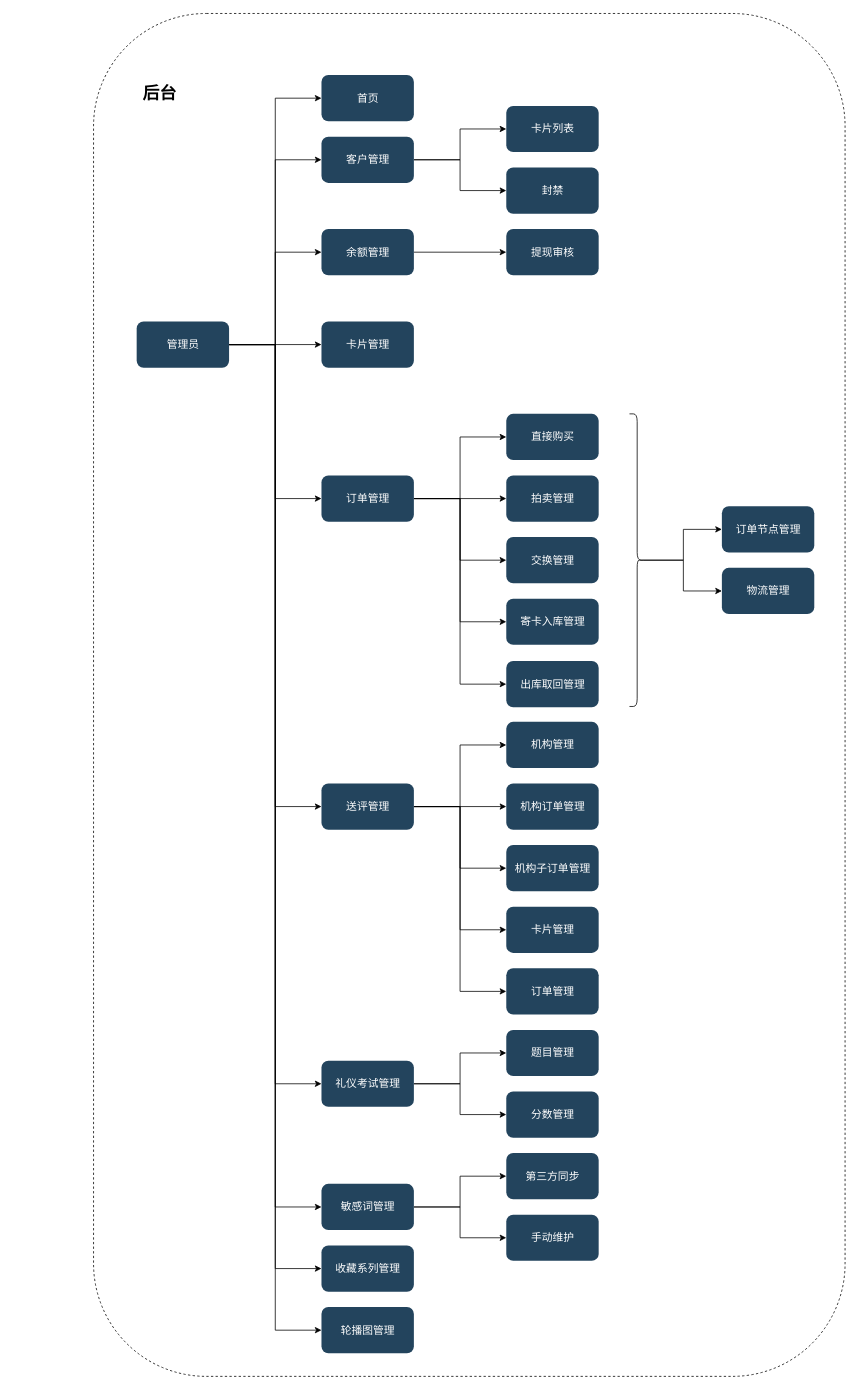
This is page "后台-Admin" (2 of 2) of Card+.drawio from xiaoming728/draw, a draw.io file, before an edit. Source tidied: cells renumbered, new cells numbered last; positions are measured from the earlier drawing's top-left corner, leaving out a move shared by most shapes. Both pictures are drawn from the tidied source at 77%, with x=0, y=0 at pixel (93, 13).
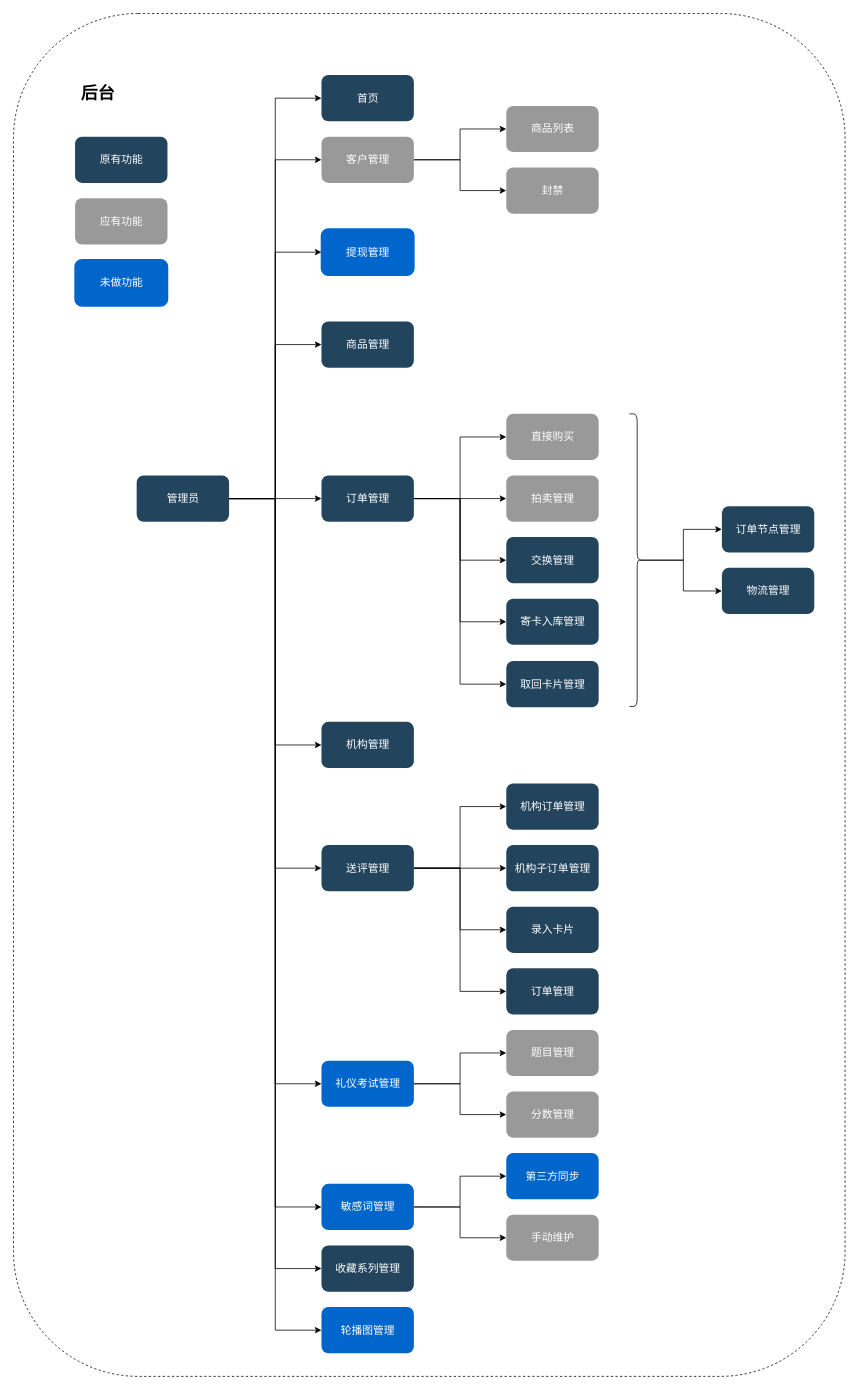
Above is the later version.

Change to the diagram source:
```diff
@@
     <mxCell id="2" style="rounded=1;whiteSpace=wrap;html=1;dashed=1;fillColor=none;" parent="1" vertex="1">
-      <mxGeometry width="976" height="1770" as="geometry" />
+      <mxGeometry x="-104" width="1080" height="1770" as="geometry" />
     </mxCell>
@@
+    <mxCell id="64" style="edgeStyle=orthogonalEdgeStyle;rounded=0;jettySize=auto;html=1;exitX=1;exitY=0.5;exitDx=0;exitDy=0;entryX=0;entryY=0.5;entryDx=0;entryDy=0;" parent="1" edge="1" source="13" target="43">
+      <mxGeometry relative="1" as="geometry" />
+    </mxCell>
     <mxCell id="13" value="&lt;font color=&quot;#ffffff&quot;&gt;&lt;span style=&quot;font-size: 14px;&quot;&gt;管理员&lt;/span&gt;&lt;/font&gt;" style="rounded=1;fillColor=#23445D;strokeColor=none;strokeWidth=2;fontFamily=Helvetica;html=1;gradientColor=none;" parent="1" vertex="1">
-      <mxGeometry x="56" y="400" width="120" height="60" as="geometry" />
+      <mxGeometry x="56" y="600" width="120" height="60" as="geometry" />
     </mxCell>
@@
-    <mxCell id="17" value="&lt;font color=&quot;#ffffff&quot;&gt;&lt;span style=&quot;font-size: 14px;&quot;&gt;客户管理&lt;/span&gt;&lt;/font&gt;" style="rounded=1;fillColor=#23445D;strokeColor=none;strokeWidth=2;fontFamily=Helvetica;html=1;gradientColor=none;" parent="1" vertex="1">
+    <mxCell id="17" value="&lt;font color=&quot;#ffffff&quot;&gt;&lt;span style=&quot;font-size: 14px;&quot;&gt;客户管理&lt;/span&gt;&lt;/font&gt;" style="rounded=1;fillColor=#999999;strokeColor=none;strokeWidth=2;fontFamily=Helvetica;html=1;gradientColor=none;" parent="1" vertex="1">
       <mxGeometry x="296" y="160" width="120" height="60" as="geometry" />
     </mxCell>
@@
-    <mxCell id="24" value="&lt;font color=&quot;#ffffff&quot;&gt;&lt;span style=&quot;font-size: 14px;&quot;&gt;直接购买&lt;/span&gt;&lt;/font&gt;" style="rounded=1;fillColor=#23445D;strokeColor=none;strokeWidth=2;fontFamily=Helvetica;html=1;gradientColor=none;" parent="1" vertex="1">
+    <mxCell id="24" value="&lt;font color=&quot;#ffffff&quot;&gt;&lt;span style=&quot;font-size: 14px;&quot;&gt;直接购买&lt;/span&gt;&lt;/font&gt;" style="rounded=1;fillColor=#999999;strokeColor=none;strokeWidth=2;fontFamily=Helvetica;html=1;gradientColor=none;" parent="1" vertex="1">
       <mxGeometry x="536" y="520" width="120" height="60" as="geometry" />
     </mxCell>
-    <mxCell id="25" value="&lt;font color=&quot;#ffffff&quot;&gt;&lt;span style=&quot;font-size: 14px;&quot;&gt;拍卖管理&lt;/span&gt;&lt;/font&gt;" style="rounded=1;fillColor=#23445D;strokeColor=none;strokeWidth=2;fontFamily=Helvetica;html=1;gradientColor=none;" parent="1" vertex="1">
+    <mxCell id="25" value="&lt;font color=&quot;#ffffff&quot;&gt;&lt;span style=&quot;font-size: 14px;&quot;&gt;拍卖管理&lt;/span&gt;&lt;/font&gt;" style="rounded=1;fillColor=#999999;strokeColor=none;strokeWidth=2;fontFamily=Helvetica;html=1;gradientColor=none;" parent="1" vertex="1">
       <mxGeometry x="536" y="600" width="120" height="60" as="geometry" />
     </mxCell>
@@
     <mxCell id="27" value="后台" style="text;html=1;align=center;verticalAlign=middle;whiteSpace=wrap;rounded=0;fontSize=22;fontStyle=1;" parent="1" vertex="1">
-      <mxGeometry x="56" y="90" width="60" height="30" as="geometry" />
+      <mxGeometry x="-24" y="90" width="60" height="30" as="geometry" />
     </mxCell>
@@
-    <mxCell id="29" style="edgeStyle=orthogonalEdgeStyle;rounded=0;jettySize=auto;html=1;exitX=1;exitY=0.5;exitDx=0;exitDy=0;" parent="1" edge="1" source="30" target="31">
-      <mxGeometry relative="1" as="geometry" />
-    </mxCell>
-    <mxCell id="30" value="&lt;font color=&quot;#ffffff&quot;&gt;&lt;span style=&quot;font-size: 14px;&quot;&gt;余额管理&lt;/span&gt;&lt;/font&gt;" style="rounded=1;fillColor=#23445D;strokeColor=none;strokeWidth=2;fontFamily=Helvetica;html=1;gradientColor=none;" parent="1" vertex="1">
+    <mxCell id="30" value="&lt;font color=&quot;#ffffff&quot;&gt;&lt;span style=&quot;font-size: 14px;&quot;&gt;提现管理&lt;/span&gt;&lt;/font&gt;" style="rounded=1;fillColor=#0066CC;strokeColor=#0066CC;strokeWidth=2;fontFamily=Helvetica;html=1;" parent="1" vertex="1">
       <mxGeometry x="296" y="280" width="120" height="60" as="geometry" />
     </mxCell>
-    <mxCell id="31" value="&lt;font color=&quot;#ffffff&quot;&gt;&lt;span style=&quot;font-size: 14px;&quot;&gt;提现审核&lt;/span&gt;&lt;/font&gt;" style="rounded=1;fillColor=#23445D;strokeColor=none;strokeWidth=2;fontFamily=Helvetica;html=1;gradientColor=none;" parent="1" vertex="1">
-      <mxGeometry x="536" y="280" width="120" height="60" as="geometry" />
-    </mxCell>
-    <mxCell id="32" value="&lt;font color=&quot;#ffffff&quot;&gt;&lt;span style=&quot;font-size: 14px;&quot;&gt;卡片管理&lt;/span&gt;&lt;/font&gt;" style="rounded=1;fillColor=#23445D;strokeColor=none;strokeWidth=2;fontFamily=Helvetica;html=1;gradientColor=none;" parent="1" vertex="1">
+    <mxCell id="32" value="&lt;font color=&quot;#ffffff&quot;&gt;&lt;span style=&quot;font-size: 14px;&quot;&gt;商品管理&lt;/span&gt;&lt;/font&gt;" style="rounded=1;fillColor=#23445D;strokeColor=none;strokeWidth=2;fontFamily=Helvetica;html=1;gradientColor=none;" parent="1" vertex="1">
       <mxGeometry x="296" y="400" width="120" height="60" as="geometry" />
     </mxCell>
-    <mxCell id="33" value="&lt;font color=&quot;#ffffff&quot;&gt;&lt;span style=&quot;font-size: 14px;&quot;&gt;卡片列表&lt;/span&gt;&lt;/font&gt;" style="rounded=1;fillColor=#23445D;strokeColor=none;strokeWidth=2;fontFamily=Helvetica;html=1;gradientColor=none;" parent="1" vertex="1">
+    <mxCell id="33" value="&lt;span style=&quot;color: rgb(255, 255, 255); font-size: 14px;&quot;&gt;商品&lt;/span&gt;&lt;font color=&quot;#ffffff&quot;&gt;&lt;span style=&quot;font-size: 14px;&quot;&gt;列表&lt;/span&gt;&lt;/font&gt;" style="rounded=1;fillColor=#999999;strokeColor=none;strokeWidth=2;fontFamily=Helvetica;html=1;gradientColor=none;" parent="1" vertex="1">
       <mxGeometry x="536" y="120" width="120" height="60" as="geometry" />
     </mxCell>
-    <mxCell id="34" value="&lt;font color=&quot;#ffffff&quot;&gt;&lt;span style=&quot;font-size: 14px;&quot;&gt;封禁&lt;/span&gt;&lt;/font&gt;" style="rounded=1;fillColor=#23445D;strokeColor=none;strokeWidth=2;fontFamily=Helvetica;html=1;gradientColor=none;" parent="1" vertex="1">
+    <mxCell id="34" value="&lt;font color=&quot;#ffffff&quot;&gt;&lt;span style=&quot;font-size: 14px;&quot;&gt;封禁&lt;/span&gt;&lt;/font&gt;" style="rounded=1;fillColor=#999999;strokeColor=none;strokeWidth=2;fontFamily=Helvetica;html=1;gradientColor=none;" parent="1" vertex="1">
       <mxGeometry x="536" y="200" width="120" height="60" as="geometry" />
     </mxCell>
-    <mxCell id="35" value="&lt;font color=&quot;#ffffff&quot;&gt;&lt;span style=&quot;font-size: 14px;&quot;&gt;出库取回管理&lt;/span&gt;&lt;/font&gt;" style="rounded=1;fillColor=#23445D;strokeColor=none;strokeWidth=2;fontFamily=Helvetica;html=1;gradientColor=none;" parent="1" vertex="1">
+    <mxCell id="35" value="&lt;font color=&quot;#ffffff&quot;&gt;&lt;span style=&quot;font-size: 14px;&quot;&gt;取回卡片管理&lt;/span&gt;&lt;/font&gt;" style="rounded=1;fillColor=#23445D;strokeColor=none;strokeWidth=2;fontFamily=Helvetica;html=1;gradientColor=none;" parent="1" vertex="1">
       <mxGeometry x="536" y="841" width="120" height="60" as="geometry" />
     </mxCell>
@@
-    <mxCell id="37" style="edgeStyle=orthogonalEdgeStyle;rounded=0;jettySize=auto;html=1;exitX=1;exitY=0.5;exitDx=0;exitDy=0;entryX=0;entryY=0.5;entryDx=0;entryDy=0;" parent="1" edge="1" source="42" target="43">
-      <mxGeometry relative="1" as="geometry" />
-    </mxCell>
@@
     <mxCell id="42" value="&lt;font color=&quot;#ffffff&quot; style=&quot;font-size: 14px;&quot;&gt;送评管理&lt;/font&gt;" style="rounded=1;fillColor=#23445D;strokeColor=none;strokeWidth=2;fontFamily=Helvetica;html=1;gradientColor=none;" parent="1" vertex="1">
-      <mxGeometry x="296" y="1000" width="120" height="60" as="geometry" />
+      <mxGeometry x="296" y="1080" width="120" height="60" as="geometry" />
     </mxCell>
     <mxCell id="43" value="&lt;font color=&quot;#ffffff&quot;&gt;&lt;span style=&quot;font-size: 14px;&quot;&gt;机构管理&lt;/span&gt;&lt;/font&gt;" style="rounded=1;fillColor=#23445D;strokeColor=none;strokeWidth=2;fontFamily=Helvetica;html=1;gradientColor=none;" parent="1" vertex="1">
-      <mxGeometry x="536" y="920" width="120" height="60" as="geometry" />
+      <mxGeometry x="296" y="920" width="120" height="60" as="geometry" />
     </mxCell>
@@
-    <mxCell id="46" value="&lt;font color=&quot;#ffffff&quot;&gt;&lt;span style=&quot;font-size: 14px;&quot;&gt;卡片管理&lt;/span&gt;&lt;/font&gt;" style="rounded=1;fillColor=#23445D;strokeColor=none;strokeWidth=2;fontFamily=Helvetica;html=1;gradientColor=none;" parent="1" vertex="1">
+    <mxCell id="46" value="&lt;font color=&quot;#ffffff&quot;&gt;&lt;span style=&quot;font-size: 14px;&quot;&gt;录入卡片&lt;/span&gt;&lt;/font&gt;" style="rounded=1;fillColor=#23445D;strokeColor=none;strokeWidth=2;fontFamily=Helvetica;html=1;gradientColor=none;" parent="1" vertex="1">
       <mxGeometry x="536" y="1160" width="120" height="60" as="geometry" />
     </mxCell>
@@
-    <mxCell id="50" value="&lt;font color=&quot;#ffffff&quot; style=&quot;font-size: 14px;&quot;&gt;礼仪考试管理&lt;/font&gt;" style="rounded=1;fillColor=#23445D;strokeColor=none;strokeWidth=2;fontFamily=Helvetica;html=1;gradientColor=none;" parent="1" vertex="1">
+    <mxCell id="50" value="&lt;font color=&quot;#ffffff&quot; style=&quot;font-size: 14px;&quot;&gt;礼仪考试管理&lt;/font&gt;" style="rounded=1;fillColor=#0066CC;strokeColor=none;strokeWidth=2;fontFamily=Helvetica;html=1;gradientColor=none;" parent="1" vertex="1">
       <mxGeometry x="296" y="1360" width="120" height="60" as="geometry" />
     </mxCell>
-    <mxCell id="51" value="&lt;font color=&quot;#ffffff&quot; style=&quot;font-size: 14px;&quot;&gt;题目管理&lt;/font&gt;" style="rounded=1;fillColor=#23445D;strokeColor=none;strokeWidth=2;fontFamily=Helvetica;html=1;gradientColor=none;" parent="1" vertex="1">
+    <mxCell id="51" value="&lt;font color=&quot;#ffffff&quot; style=&quot;font-size: 14px;&quot;&gt;题目管理&lt;/font&gt;" style="rounded=1;fillColor=#999999;strokeColor=none;strokeWidth=2;fontFamily=Helvetica;html=1;gradientColor=none;" parent="1" vertex="1">
       <mxGeometry x="536" y="1320" width="120" height="60" as="geometry" />
     </mxCell>
-    <mxCell id="52" value="&lt;font color=&quot;#ffffff&quot; style=&quot;font-size: 14px;&quot;&gt;分数管理&lt;/font&gt;" style="rounded=1;fillColor=#23445D;strokeColor=none;strokeWidth=2;fontFamily=Helvetica;html=1;gradientColor=none;" parent="1" vertex="1">
+    <mxCell id="52" value="&lt;font color=&quot;#ffffff&quot; style=&quot;font-size: 14px;&quot;&gt;分数管理&lt;/font&gt;" style="rounded=1;fillColor=#999999;strokeColor=none;strokeWidth=2;fontFamily=Helvetica;html=1;gradientColor=none;" parent="1" vertex="1">
       <mxGeometry x="536" y="1400" width="120" height="60" as="geometry" />
     </mxCell>
@@
-    <mxCell id="55" value="&lt;font color=&quot;#ffffff&quot; style=&quot;font-size: 14px;&quot;&gt;敏感词管理&lt;/font&gt;" style="rounded=1;fillColor=#23445D;strokeColor=none;strokeWidth=2;fontFamily=Helvetica;html=1;gradientColor=none;" parent="1" vertex="1">
+    <mxCell id="55" value="&lt;font color=&quot;#ffffff&quot; style=&quot;font-size: 14px;&quot;&gt;敏感词管理&lt;/font&gt;" style="rounded=1;fillColor=#0066CC;strokeColor=none;strokeWidth=2;fontFamily=Helvetica;html=1;gradientColor=none;" parent="1" vertex="1">
       <mxGeometry x="296" y="1520" width="120" height="60" as="geometry" />
     </mxCell>
-    <mxCell id="56" value="&lt;font color=&quot;#ffffff&quot; style=&quot;font-size: 14px;&quot;&gt;第三方同步&lt;/font&gt;" style="rounded=1;fillColor=#23445D;strokeColor=none;strokeWidth=2;fontFamily=Helvetica;html=1;gradientColor=none;" parent="1" vertex="1">
+    <mxCell id="56" value="&lt;font color=&quot;#ffffff&quot; style=&quot;font-size: 14px;&quot;&gt;第三方同步&lt;/font&gt;" style="rounded=1;fillColor=#0066CC;strokeColor=none;strokeWidth=2;fontFamily=Helvetica;html=1;gradientColor=none;" parent="1" vertex="1">
       <mxGeometry x="536" y="1480" width="120" height="60" as="geometry" />
     </mxCell>
-    <mxCell id="57" value="&lt;font color=&quot;#ffffff&quot; style=&quot;font-size: 14px;&quot;&gt;手动维护&lt;/font&gt;" style="rounded=1;fillColor=#23445D;strokeColor=none;strokeWidth=2;fontFamily=Helvetica;html=1;gradientColor=none;" parent="1" vertex="1">
+    <mxCell id="57" value="&lt;font color=&quot;#ffffff&quot; style=&quot;font-size: 14px;&quot;&gt;手动维护&lt;/font&gt;" style="rounded=1;fillColor=#999999;strokeColor=none;strokeWidth=2;fontFamily=Helvetica;html=1;gradientColor=none;" parent="1" vertex="1">
       <mxGeometry x="536" y="1560" width="120" height="60" as="geometry" />
     </mxCell>
@@
-    <mxCell id="63" value="&lt;font color=&quot;#ffffff&quot;&gt;&lt;span style=&quot;font-size: 14px;&quot;&gt;轮播图管理&lt;/span&gt;&lt;/font&gt;" style="rounded=1;fillColor=#23445D;strokeColor=none;strokeWidth=2;fontFamily=Helvetica;html=1;gradientColor=none;" parent="1" vertex="1">
+    <mxCell id="63" value="&lt;font color=&quot;#ffffff&quot;&gt;&lt;span style=&quot;font-size: 14px;&quot;&gt;轮播图管理&lt;/span&gt;&lt;/font&gt;" style="rounded=1;fillColor=#0066CC;strokeColor=none;strokeWidth=2;fontFamily=Helvetica;html=1;gradientColor=none;" parent="1" vertex="1">
       <mxGeometry x="296" y="1680" width="120" height="60" as="geometry" />
     </mxCell>
+    <mxCell id="65" value="&lt;font color=&quot;#ffffff&quot;&gt;&lt;span style=&quot;font-size: 14px;&quot;&gt;原有功能&lt;/span&gt;&lt;/font&gt;" style="rounded=1;fillColor=#23445D;strokeColor=none;strokeWidth=2;fontFamily=Helvetica;html=1;gradientColor=none;" parent="1" vertex="1">
+      <mxGeometry x="-24" y="160" width="120" height="60" as="geometry" />
+    </mxCell>
+    <mxCell id="66" value="&lt;font color=&quot;#ffffff&quot;&gt;&lt;span style=&quot;font-size: 14px;&quot;&gt;应有功能&lt;/span&gt;&lt;/font&gt;" style="rounded=1;fillColor=#999999;strokeColor=none;strokeWidth=2;fontFamily=Helvetica;html=1;gradientColor=none;" parent="1" vertex="1">
+      <mxGeometry x="-24" y="240" width="120" height="60" as="geometry" />
+    </mxCell>
+    <mxCell id="67" value="&lt;font color=&quot;#ffffff&quot;&gt;&lt;span style=&quot;font-size: 14px;&quot;&gt;未做功能&lt;/span&gt;&lt;/font&gt;" style="rounded=1;fillColor=#0066CC;strokeColor=#0066CC;strokeWidth=2;fontFamily=Helvetica;html=1;" parent="1" vertex="1">
+      <mxGeometry x="-24" y="320" width="120" height="60" as="geometry" />
+    </mxCell>
```
